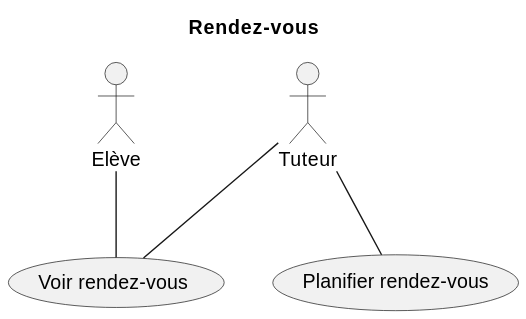
Above: site/diagrams/appointment/appointment.svg in KMBCL/P3_specifications (PlantUML), before the change. The source it was exported from:
```plantuml
@startuml
title Rendez-vous

!include cases_uml/common/actors.puml

usecase "Planifier rendez-vous" as plan_appointment
usecase "Voir rendez-vous" as see_appointment

tutor -- plan_appointment
tutor -- see_appointment

student -- see_appointment
@enduml
```
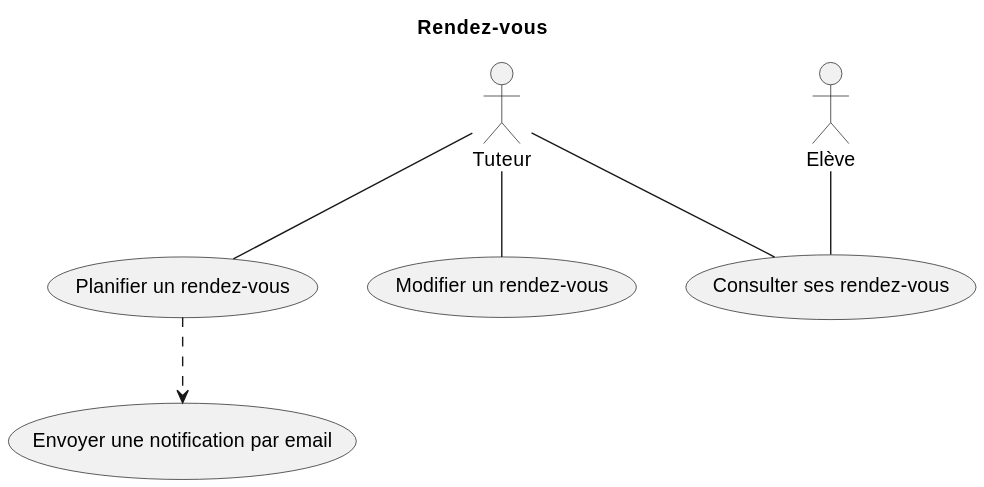
Later version of the same file.

Diff of the diagram source:
```diff
@@ -1,13 +1,18 @@
 @startuml
 title Rendez-vous
 
-!include cases_uml/common/actors.puml
+!include /specifications/docs/diagrams/actors/common.puml
 
-usecase "Planifier rendez-vous" as plan_appointment
-usecase "Voir rendez-vous" as see_appointment
+usecase "Planifier un rendez-vous" as plan_appointment
+usecase "Modifier un rendez-vous" as update_appointment
+usecase "Consulter ses rendez-vous" as see_appointments
+usecase "Envoyer une notification par email" as send_email_notification
 
 tutor -- plan_appointment
-tutor -- see_appointment
+plan_appointment ..> send_email_notification
+tutor -- update_appointment
+tutor -- see_appointments
 
-student -- see_appointment
+
+student -- see_appointments
 @enduml
```
